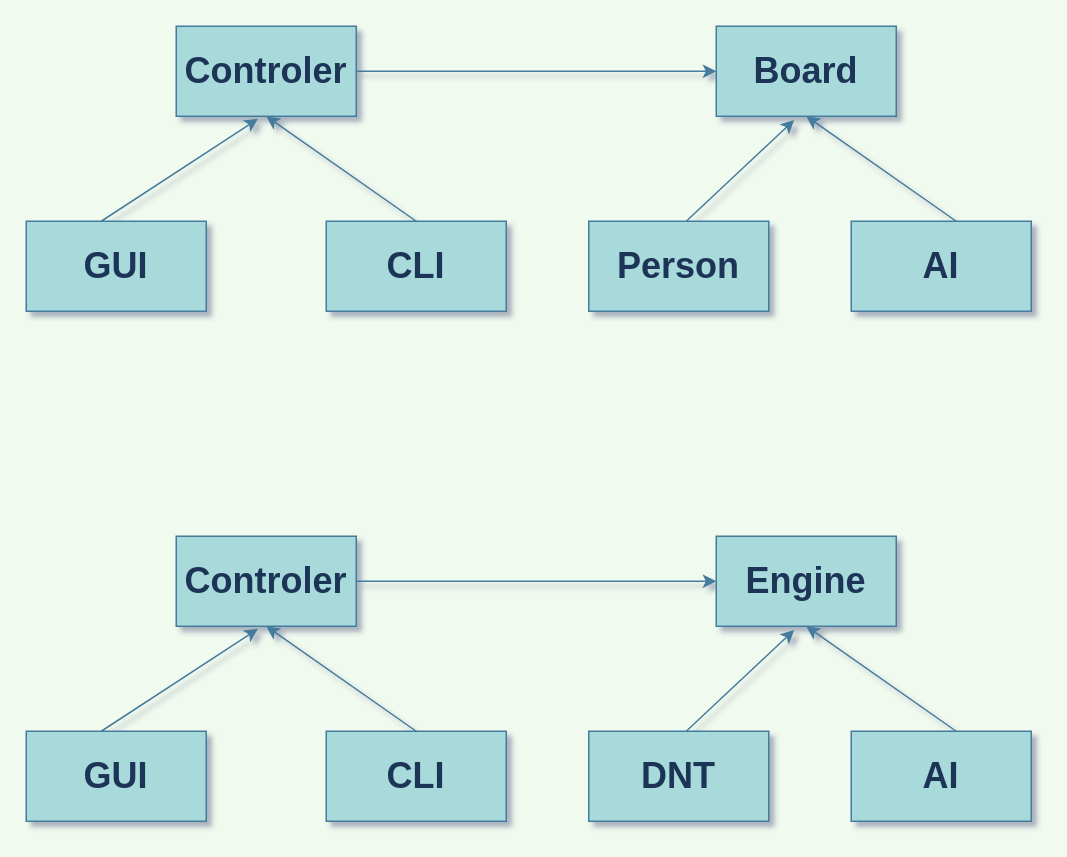
The draw.io diagram Diagrams/Untitled Diagram.drawio in CoolIOT/Docs, before the edit. Source tidied: cells renumbered, new cells numbered last; positions are measured from the earlier drawing's top-left corner, leaving out a move shared by most shapes. Both pictures are drawn from the tidied source at 150%, with x=0, y=0 at pixel (26, 26).
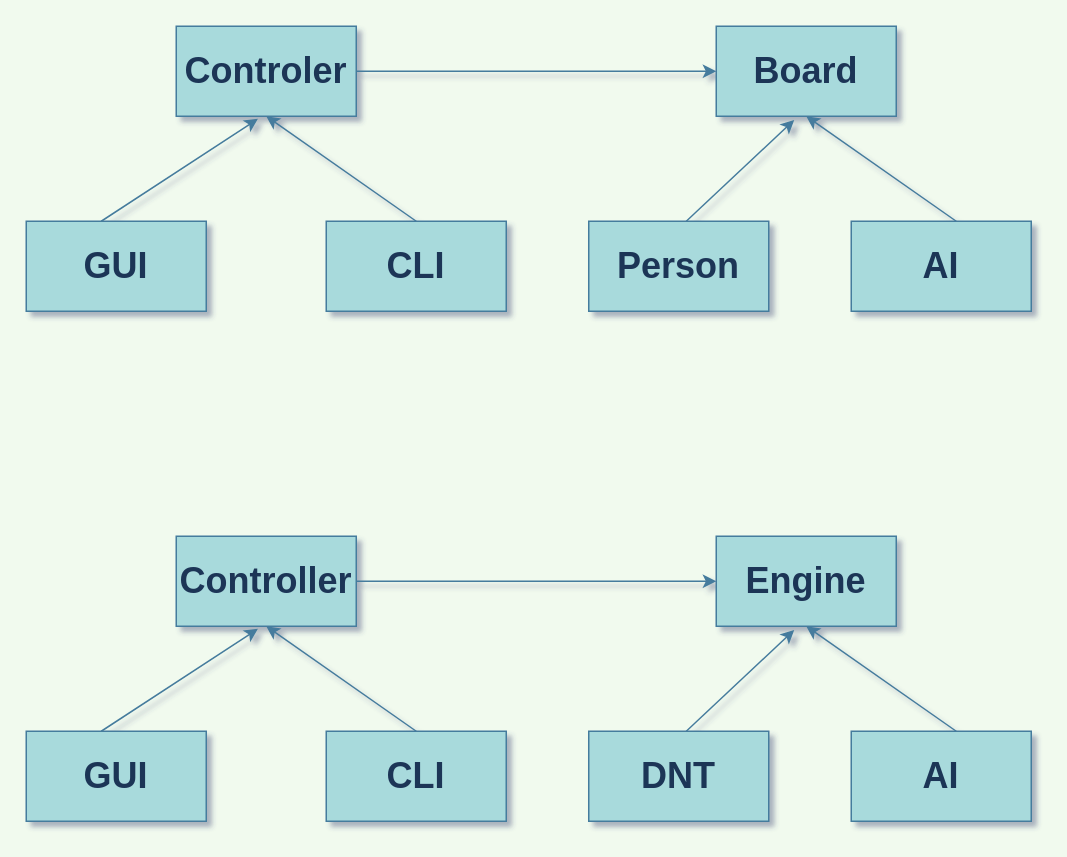
After the change.

Diff of the diagram source:
```diff
@@
-    <mxCell id="15" value="&lt;font style=&quot;font-size: 24px&quot;&gt;&lt;b&gt;Controler&lt;/b&gt;&lt;/font&gt;" style="rounded=0;whiteSpace=wrap;html=1;sketch=0;fontColor=#1D3557;strokeColor=#457B9D;fillColor=#A8DADC;" parent="1" vertex="1">
+    <mxCell id="15" value="&lt;font style=&quot;font-size: 24px&quot;&gt;&lt;b&gt;Controller&lt;/b&gt;&lt;/font&gt;" style="rounded=0;whiteSpace=wrap;html=1;sketch=0;fontColor=#1D3557;strokeColor=#457B9D;fillColor=#A8DADC;" parent="1" vertex="1">
       <mxGeometry x="100" y="340" width="120" height="60" as="geometry" />
     </mxCell>
```
